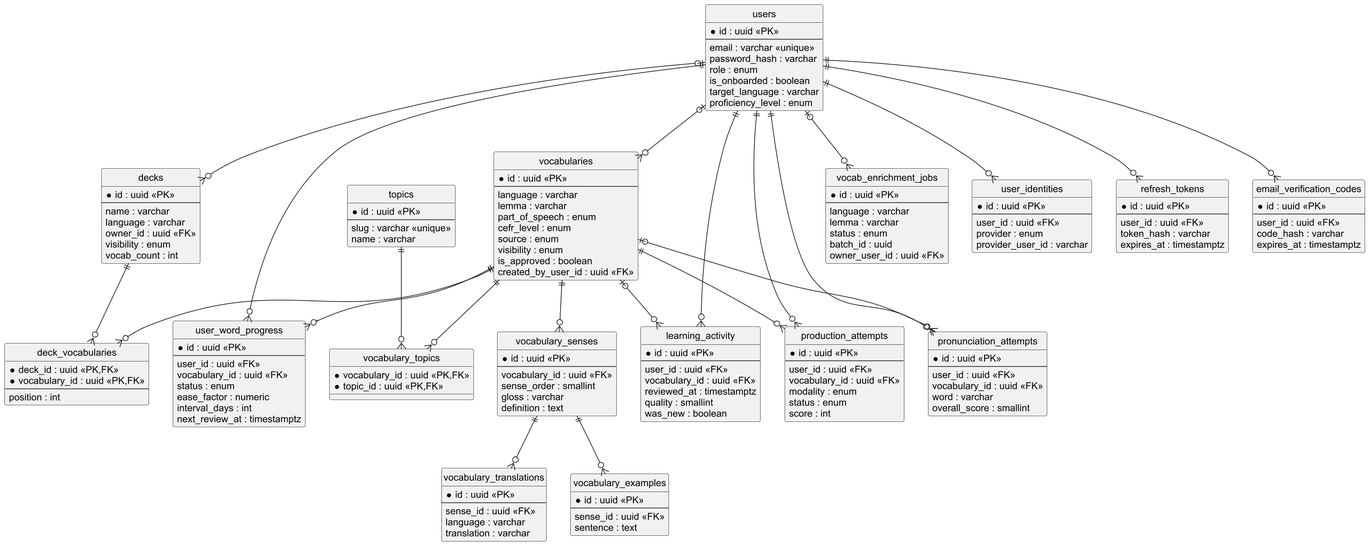
XuanVietK67/learning_vocab_backend keeps this PlantUML diagram as docs/report/images/erd.png. Above is the earlier version.
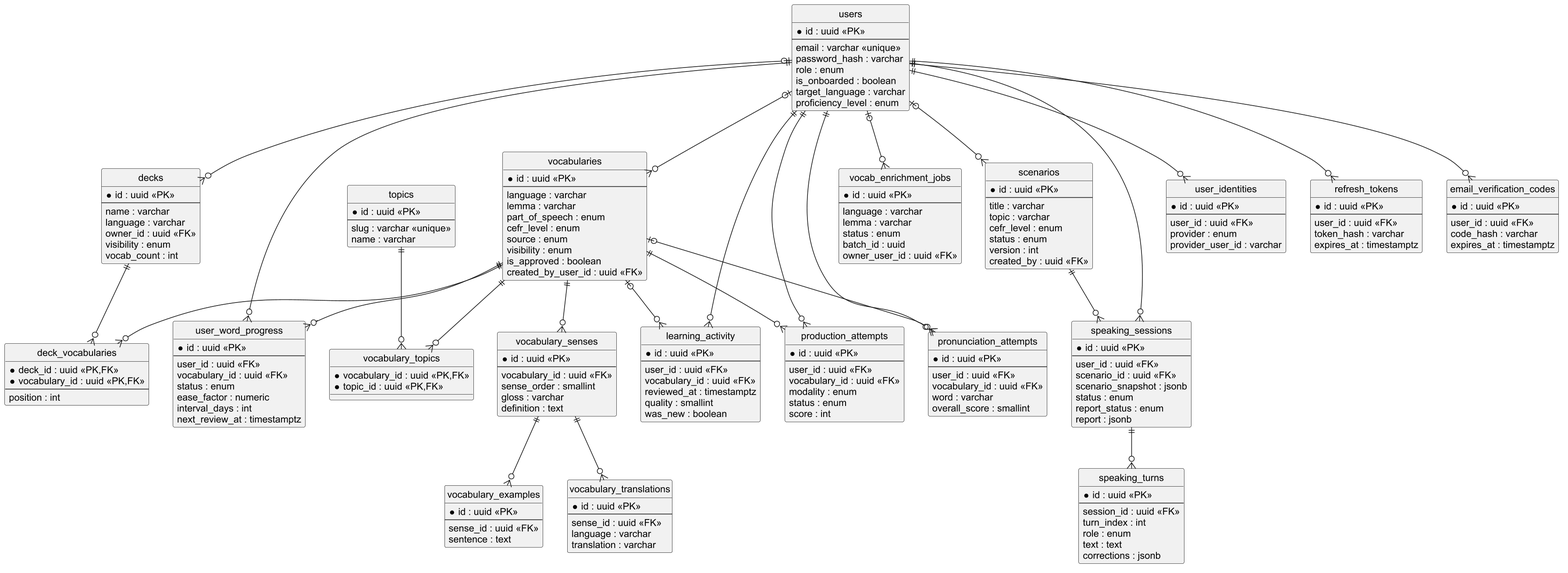
After the change.

The edit, as a diff of the source:
```diff
@@ -1,4 +1,5 @@
 @startuml erd
+skinparamlocked metana null
 skinparam dpi 150
 skinparam defaultFontName Arial
 hide circle
@@ -138,6 +139,35 @@
   word : varchar
   overall_score : smallint
 }
+entity scenarios {
+  * id : uuid <<PK>>
+  --
+  title : varchar
+  topic : varchar
+  cefr_level : enum
+  status : enum
+  version : int
+  created_by : uuid <<FK>>
+}
+entity speaking_sessions {
+  * id : uuid <<PK>>
+  --
+  user_id : uuid <<FK>>
+  scenario_id : uuid <<FK>>
+  scenario_snapshot : jsonb
+  status : enum
+  report_status : enum
+  report : jsonb
+}
+entity speaking_turns {
+  * id : uuid <<PK>>
+  --
+  session_id : uuid <<FK>>
+  turn_index : int
+  role : enum
+  text : text
+  corrections : jsonb
+}
 
 users ||--o{ user_identities
 users ||--o{ refresh_tokens
@@ -160,4 +190,8 @@
 vocabularies |o--o{ learning_activity
 vocabularies ||--o{ production_attempts
 vocabularies |o--o{ pronunciation_attempts
+users ||--o{ speaking_sessions
+users |o--o{ scenarios
+scenarios ||--o{ speaking_sessions
+speaking_sessions ||--o{ speaking_turns
 @enduml
```
